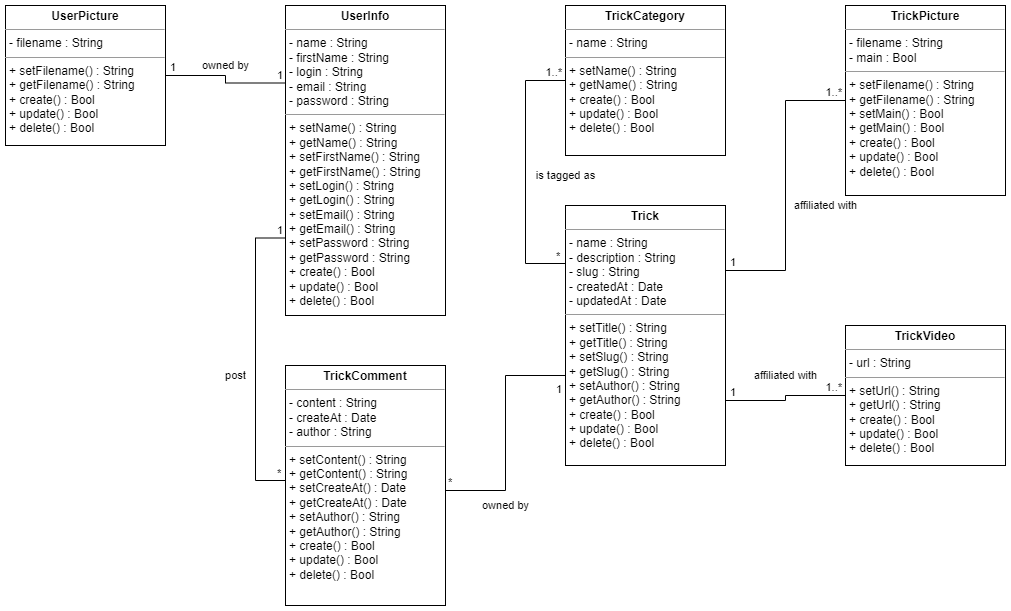
This is diagrammes/Classes.drawio.png from David-Renard/OC-p6, a draw.io export, as it was before one commit. Source tidied: cells renumbered, new cells last; positions are measured from the earlier drawing's top-left corner, leaving out a move shared by most shapes.
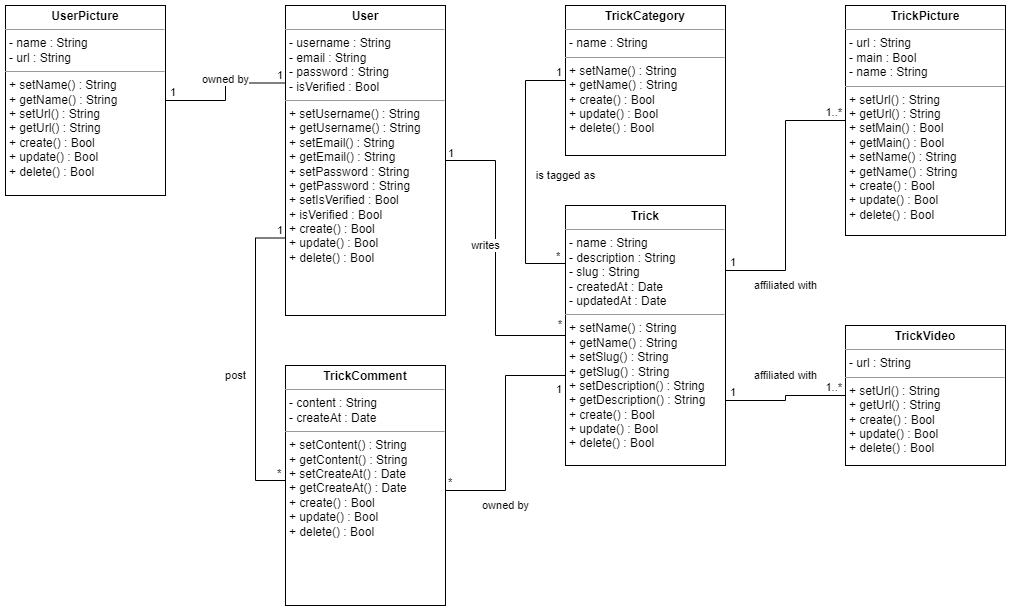
After the commit.

The edit, as a diff of the source:
```diff
@@ -4,7 +4,7 @@
     <mxCell id="1" parent="0" />
-    <mxCell id="2" value="&lt;p style=&quot;margin:0px;margin-top:4px;text-align:center;&quot;&gt;&lt;b&gt;Trick&lt;/b&gt;&lt;/p&gt;&lt;hr size=&quot;1&quot;&gt;&lt;p style=&quot;margin:0px;margin-left:4px;&quot;&gt;- name : String&lt;/p&gt;&lt;p style=&quot;margin:0px;margin-left:4px;&quot;&gt;- description : String&lt;/p&gt;&lt;p style=&quot;margin:0px;margin-left:4px;&quot;&gt;- slug : String&lt;/p&gt;&lt;p style=&quot;margin:0px;margin-left:4px;&quot;&gt;- createdAt : Date&lt;/p&gt;&lt;p style=&quot;margin:0px;margin-left:4px;&quot;&gt;- updatedAt : Date&lt;/p&gt;&lt;hr size=&quot;1&quot;&gt;&lt;p style=&quot;margin:0px;margin-left:4px;&quot;&gt;+ setTitle() : String&lt;/p&gt;&lt;p style=&quot;margin:0px;margin-left:4px;&quot;&gt;+ getTitle() : String&lt;/p&gt;&lt;p style=&quot;border-color: var(--border-color); margin: 0px 0px 0px 4px;&quot;&gt;+ setSlug() : String&lt;/p&gt;&lt;p style=&quot;border-color: var(--border-color); margin: 0px 0px 0px 4px;&quot;&gt;+ getSlug() : String&lt;/p&gt;&lt;div&gt;&lt;p style=&quot;border-color: var(--border-color); margin: 0px 0px 0px 4px;&quot;&gt;+ setAuthor() : String&lt;/p&gt;&lt;p style=&quot;border-color: var(--border-color); margin: 0px 0px 0px 4px;&quot;&gt;+ getAuthor() : String&lt;/p&gt;&lt;p style=&quot;border-color: var(--border-color); margin: 0px 0px 0px 4px;&quot;&gt;+ create() : Bool&lt;/p&gt;&lt;p style=&quot;border-color: var(--border-color); margin: 0px 0px 0px 4px;&quot;&gt;+ update() : Bool&lt;br&gt;&lt;/p&gt;&lt;p style=&quot;border-color: var(--border-color); margin: 0px 0px 0px 4px;&quot;&gt;+ delete() :&amp;nbsp;Bool&lt;/p&gt;&lt;p style=&quot;border-color: var(--border-color); margin: 0px 0px 0px 4px;&quot;&gt;&lt;br&gt;&lt;/p&gt;&lt;/div&gt;&lt;div&gt;&lt;br&gt;&lt;/div&gt;" style="verticalAlign=top;align=left;overflow=fill;fontSize=12;fontFamily=Helvetica;html=1;whiteSpace=wrap;" parent="1" vertex="1">
+    <mxCell id="2" value="&lt;p style=&quot;margin:0px;margin-top:4px;text-align:center;&quot;&gt;&lt;b&gt;Trick&lt;/b&gt;&lt;/p&gt;&lt;hr size=&quot;1&quot;&gt;&lt;p style=&quot;margin:0px;margin-left:4px;&quot;&gt;- name : String&lt;/p&gt;&lt;p style=&quot;margin:0px;margin-left:4px;&quot;&gt;- description : String&lt;/p&gt;&lt;p style=&quot;margin:0px;margin-left:4px;&quot;&gt;- slug : String&lt;/p&gt;&lt;p style=&quot;margin:0px;margin-left:4px;&quot;&gt;- createdAt : Date&lt;/p&gt;&lt;p style=&quot;margin:0px;margin-left:4px;&quot;&gt;- updatedAt : Date&lt;/p&gt;&lt;hr size=&quot;1&quot;&gt;&lt;p style=&quot;margin:0px;margin-left:4px;&quot;&gt;+ setName() : String&lt;/p&gt;&lt;p style=&quot;margin:0px;margin-left:4px;&quot;&gt;+ getName() : String&lt;/p&gt;&lt;p style=&quot;border-color: var(--border-color); margin: 0px 0px 0px 4px;&quot;&gt;+ setSlug() : String&lt;/p&gt;&lt;p style=&quot;border-color: var(--border-color); margin: 0px 0px 0px 4px;&quot;&gt;+ getSlug() : String&lt;/p&gt;&lt;div&gt;&lt;p style=&quot;border-color: var(--border-color); margin: 0px 0px 0px 4px;&quot;&gt;+ setDescription() : String&lt;/p&gt;&lt;p style=&quot;border-color: var(--border-color); margin: 0px 0px 0px 4px;&quot;&gt;+ getDescription() : String&lt;/p&gt;&lt;p style=&quot;border-color: var(--border-color); margin: 0px 0px 0px 4px;&quot;&gt;+ create() : Bool&lt;/p&gt;&lt;p style=&quot;border-color: var(--border-color); margin: 0px 0px 0px 4px;&quot;&gt;+ update() : Bool&lt;br&gt;&lt;/p&gt;&lt;p style=&quot;border-color: var(--border-color); margin: 0px 0px 0px 4px;&quot;&gt;+ delete() :&amp;nbsp;Bool&lt;/p&gt;&lt;p style=&quot;border-color: var(--border-color); margin: 0px 0px 0px 4px;&quot;&gt;&lt;br&gt;&lt;/p&gt;&lt;/div&gt;&lt;div&gt;&lt;br&gt;&lt;/div&gt;" style="verticalAlign=top;align=left;overflow=fill;fontSize=12;fontFamily=Helvetica;html=1;whiteSpace=wrap;" parent="1" vertex="1">
       <mxGeometry x="560" y="200" width="160" height="260" as="geometry" />
     </mxCell>
-    <mxCell id="3" value="&lt;p style=&quot;margin:0px;margin-top:4px;text-align:center;&quot;&gt;&lt;b&gt;TrickPicture&lt;/b&gt;&lt;/p&gt;&lt;hr size=&quot;1&quot;&gt;&lt;p style=&quot;margin:0px;margin-left:4px;&quot;&gt;- filename : String&lt;br&gt;&lt;/p&gt;&lt;p style=&quot;margin:0px;margin-left:4px;&quot;&gt;- main : Bool&lt;/p&gt;&lt;hr size=&quot;1&quot;&gt;&lt;p style=&quot;margin:0px;margin-left:4px;&quot;&gt;+ setFilename() : String&lt;/p&gt;&lt;p style=&quot;margin:0px;margin-left:4px;&quot;&gt;+ getFilename() : String&lt;/p&gt;&lt;p style=&quot;margin:0px;margin-left:4px;&quot;&gt;+ setMain() : Bool&lt;/p&gt;&lt;p style=&quot;margin:0px;margin-left:4px;&quot;&gt;+ getMain() : Bool&lt;/p&gt;&lt;div&gt;&lt;p style=&quot;border-color: var(--border-color); margin: 0px 0px 0px 4px;&quot;&gt;+ create() : Bool&lt;/p&gt;&lt;p style=&quot;border-color: var(--border-color); margin: 0px 0px 0px 4px;&quot;&gt;+ update() : Bool&lt;br&gt;&lt;/p&gt;&lt;p style=&quot;border-color: var(--border-color); margin: 0px 0px 0px 4px;&quot;&gt;+ delete() :&amp;nbsp;Bool&lt;/p&gt;&lt;p style=&quot;border-color: var(--border-color); margin: 0px 0px 0px 4px;&quot;&gt;&lt;br&gt;&lt;/p&gt;&lt;/div&gt;&lt;div&gt;&lt;br&gt;&lt;/div&gt;" style="verticalAlign=top;align=left;overflow=fill;fontSize=12;fontFamily=Helvetica;html=1;whiteSpace=wrap;" parent="1" vertex="1">
-      <mxGeometry x="840" width="160" height="190" as="geometry" />
+    <mxCell id="3" value="&lt;p style=&quot;margin:0px;margin-top:4px;text-align:center;&quot;&gt;&lt;b&gt;TrickPicture&lt;/b&gt;&lt;/p&gt;&lt;hr size=&quot;1&quot;&gt;&lt;p style=&quot;margin:0px;margin-left:4px;&quot;&gt;- url : String&lt;br&gt;&lt;/p&gt;&lt;p style=&quot;margin:0px;margin-left:4px;&quot;&gt;- main : Bool&lt;/p&gt;&lt;p style=&quot;margin:0px;margin-left:4px;&quot;&gt;- name : String&lt;/p&gt;&lt;hr size=&quot;1&quot;&gt;&lt;p style=&quot;margin:0px;margin-left:4px;&quot;&gt;+ setUrl() : String&lt;/p&gt;&lt;p style=&quot;margin:0px;margin-left:4px;&quot;&gt;+ getUrl() : String&lt;/p&gt;&lt;p style=&quot;margin:0px;margin-left:4px;&quot;&gt;+ setMain() : Bool&lt;/p&gt;&lt;p style=&quot;margin:0px;margin-left:4px;&quot;&gt;+ getMain() : Bool&lt;/p&gt;&lt;p style=&quot;border-color: var(--border-color); margin: 0px 0px 0px 4px;&quot;&gt;+ setName() : String&lt;/p&gt;&lt;p style=&quot;border-color: var(--border-color); margin: 0px 0px 0px 4px;&quot;&gt;+ getName() : String&lt;/p&gt;&lt;div&gt;&lt;p style=&quot;border-color: var(--border-color); margin: 0px 0px 0px 4px;&quot;&gt;+ create() : Bool&lt;/p&gt;&lt;p style=&quot;border-color: var(--border-color); margin: 0px 0px 0px 4px;&quot;&gt;+ update() : Bool&lt;br&gt;&lt;/p&gt;&lt;p style=&quot;border-color: var(--border-color); margin: 0px 0px 0px 4px;&quot;&gt;+ delete() :&amp;nbsp;Bool&lt;/p&gt;&lt;p style=&quot;border-color: var(--border-color); margin: 0px 0px 0px 4px;&quot;&gt;&lt;br&gt;&lt;/p&gt;&lt;/div&gt;&lt;div&gt;&lt;br&gt;&lt;/div&gt;" style="verticalAlign=top;align=left;overflow=fill;fontSize=12;fontFamily=Helvetica;html=1;whiteSpace=wrap;" parent="1" vertex="1">
+      <mxGeometry x="840" width="160" height="230" as="geometry" />
     </mxCell>
@@ -16,6 +16,6 @@
     </mxCell>
-    <mxCell id="6" value="&lt;p style=&quot;margin:0px;margin-top:4px;text-align:center;&quot;&gt;&lt;b&gt;UserInfo&lt;/b&gt;&lt;/p&gt;&lt;hr size=&quot;1&quot;&gt;&lt;p style=&quot;margin:0px;margin-left:4px;&quot;&gt;- name : String&lt;/p&gt;&lt;p style=&quot;margin:0px;margin-left:4px;&quot;&gt;- firstName : String&lt;/p&gt;&lt;p style=&quot;margin:0px;margin-left:4px;&quot;&gt;- login : String&lt;br&gt;&lt;/p&gt;&lt;p style=&quot;margin:0px;margin-left:4px;&quot;&gt;- email : String&lt;/p&gt;&lt;p style=&quot;margin:0px;margin-left:4px;&quot;&gt;- password : String&lt;/p&gt;&lt;hr size=&quot;1&quot;&gt;&lt;p style=&quot;margin:0px;margin-left:4px;&quot;&gt;+ setName() : String&lt;/p&gt;&lt;p style=&quot;margin:0px;margin-left:4px;&quot;&gt;+ getName() : String&lt;/p&gt;&lt;p style=&quot;border-color: var(--border-color); margin: 0px 0px 0px 4px;&quot;&gt;+ setFirstName() : String&lt;/p&gt;&lt;p style=&quot;border-color: var(--border-color); margin: 0px 0px 0px 4px;&quot;&gt;+ getFirstName() : String&lt;/p&gt;&lt;div&gt;&lt;p style=&quot;border-color: var(--border-color); margin: 0px 0px 0px 4px;&quot;&gt;+ setLogin() : String&lt;/p&gt;&lt;p style=&quot;border-color: var(--border-color); margin: 0px 0px 0px 4px;&quot;&gt;+ getLogin() : String&lt;/p&gt;&lt;p style=&quot;border-color: var(--border-color); margin: 0px 0px 0px 4px;&quot;&gt;+ setEmail() : String&lt;/p&gt;&lt;p style=&quot;border-color: var(--border-color); margin: 0px 0px 0px 4px;&quot;&gt;+ getEmail() : String&lt;/p&gt;&lt;p style=&quot;border-color: var(--border-color); margin: 0px 0px 0px 4px;&quot;&gt;+ setPassword : String&lt;/p&gt;&lt;p style=&quot;border-color: var(--border-color); margin: 0px 0px 0px 4px;&quot;&gt;+ getPassword : String&lt;/p&gt;&lt;p style=&quot;border-color: var(--border-color); margin: 0px 0px 0px 4px;&quot;&gt;+ create() : Bool&lt;/p&gt;&lt;p style=&quot;border-color: var(--border-color); margin: 0px 0px 0px 4px;&quot;&gt;+ update() : Bool&lt;br&gt;&lt;/p&gt;&lt;p style=&quot;border-color: var(--border-color); margin: 0px 0px 0px 4px;&quot;&gt;+ delete() :&amp;nbsp;Bool&lt;/p&gt;&lt;p style=&quot;border-color: var(--border-color); margin: 0px 0px 0px 4px;&quot;&gt;&lt;br&gt;&lt;/p&gt;&lt;/div&gt;&lt;div&gt;&lt;br&gt;&lt;/div&gt;" style="verticalAlign=top;align=left;overflow=fill;fontSize=12;fontFamily=Helvetica;html=1;whiteSpace=wrap;" parent="1" vertex="1">
+    <mxCell id="6" value="&lt;p style=&quot;margin:0px;margin-top:4px;text-align:center;&quot;&gt;&lt;b&gt;User&lt;/b&gt;&lt;/p&gt;&lt;hr size=&quot;1&quot;&gt;&lt;p style=&quot;margin:0px;margin-left:4px;&quot;&gt;&lt;span style=&quot;background-color: initial;&quot;&gt;- username : String&lt;/span&gt;&lt;br&gt;&lt;/p&gt;&lt;p style=&quot;margin:0px;margin-left:4px;&quot;&gt;- email : String&lt;/p&gt;&lt;p style=&quot;margin:0px;margin-left:4px;&quot;&gt;- password : String&lt;/p&gt;&lt;p style=&quot;margin:0px;margin-left:4px;&quot;&gt;- isVerified : Bool&lt;/p&gt;&lt;hr size=&quot;1&quot;&gt;&lt;p style=&quot;margin:0px;margin-left:4px;&quot;&gt;&lt;span style=&quot;background-color: initial;&quot;&gt;+ setUsername() : String&lt;/span&gt;&lt;br&gt;&lt;/p&gt;&lt;div&gt;&lt;p style=&quot;border-color: var(--border-color); margin: 0px 0px 0px 4px;&quot;&gt;+ getUsername() : String&lt;/p&gt;&lt;p style=&quot;border-color: var(--border-color); margin: 0px 0px 0px 4px;&quot;&gt;+ setEmail() : String&lt;/p&gt;&lt;p style=&quot;border-color: var(--border-color); margin: 0px 0px 0px 4px;&quot;&gt;+ getEmail() : String&lt;/p&gt;&lt;p style=&quot;border-color: var(--border-color); margin: 0px 0px 0px 4px;&quot;&gt;+ setPassword : String&lt;/p&gt;&lt;p style=&quot;border-color: var(--border-color); margin: 0px 0px 0px 4px;&quot;&gt;+ getPassword : String&lt;/p&gt;&lt;p style=&quot;border-color: var(--border-color); margin: 0px 0px 0px 4px;&quot;&gt;+ setIsVerified : Bool&lt;/p&gt;&lt;p style=&quot;border-color: var(--border-color); margin: 0px 0px 0px 4px;&quot;&gt;+ isVerified : Bool&lt;/p&gt;&lt;p style=&quot;border-color: var(--border-color); margin: 0px 0px 0px 4px;&quot;&gt;+ create() : Bool&lt;/p&gt;&lt;p style=&quot;border-color: var(--border-color); margin: 0px 0px 0px 4px;&quot;&gt;+ update() : Bool&lt;br&gt;&lt;/p&gt;&lt;p style=&quot;border-color: var(--border-color); margin: 0px 0px 0px 4px;&quot;&gt;+ delete() :&amp;nbsp;Bool&lt;/p&gt;&lt;p style=&quot;border-color: var(--border-color); margin: 0px 0px 0px 4px;&quot;&gt;&lt;br&gt;&lt;/p&gt;&lt;/div&gt;&lt;div&gt;&lt;br&gt;&lt;/div&gt;" style="verticalAlign=top;align=left;overflow=fill;fontSize=12;fontFamily=Helvetica;html=1;whiteSpace=wrap;" parent="1" vertex="1">
       <mxGeometry x="280" width="160" height="310" as="geometry" />
     </mxCell>
-    <mxCell id="7" value="&lt;p style=&quot;margin:0px;margin-top:4px;text-align:center;&quot;&gt;&lt;b&gt;TrickComment&lt;/b&gt;&lt;/p&gt;&lt;hr size=&quot;1&quot;&gt;&lt;p style=&quot;margin:0px;margin-left:4px;&quot;&gt;- content : String&lt;/p&gt;&lt;p style=&quot;margin:0px;margin-left:4px;&quot;&gt;- createAt : Date&lt;/p&gt;&lt;p style=&quot;margin:0px;margin-left:4px;&quot;&gt;- author : String&lt;/p&gt;&lt;hr size=&quot;1&quot;&gt;&lt;p style=&quot;margin:0px;margin-left:4px;&quot;&gt;+ setContent() : String&lt;/p&gt;&lt;p style=&quot;margin:0px;margin-left:4px;&quot;&gt;+ getContent() : String&lt;/p&gt;&lt;p style=&quot;border-color: var(--border-color); margin: 0px 0px 0px 4px;&quot;&gt;+ setCreateAt() : Date&lt;/p&gt;&lt;p style=&quot;border-color: var(--border-color); margin: 0px 0px 0px 4px;&quot;&gt;+ getCreateAt() : Date&lt;/p&gt;&lt;p style=&quot;border-color: var(--border-color); margin: 0px 0px 0px 4px;&quot;&gt;+ setAuthor() : String&lt;/p&gt;&lt;p style=&quot;border-color: var(--border-color); margin: 0px 0px 0px 4px;&quot;&gt;+ getAuthor() : String&lt;/p&gt;&lt;div&gt;&lt;p style=&quot;border-color: var(--border-color); margin: 0px 0px 0px 4px;&quot;&gt;+ create() : Bool&lt;/p&gt;&lt;p style=&quot;border-color: var(--border-color); margin: 0px 0px 0px 4px;&quot;&gt;+ update() : Bool&lt;br&gt;&lt;/p&gt;&lt;p style=&quot;border-color: var(--border-color); margin: 0px 0px 0px 4px;&quot;&gt;+ delete() :&amp;nbsp;Bool&lt;/p&gt;&lt;p style=&quot;border-color: var(--border-color); margin: 0px 0px 0px 4px;&quot;&gt;&lt;br&gt;&lt;/p&gt;&lt;/div&gt;&lt;div&gt;&lt;br&gt;&lt;/div&gt;" style="verticalAlign=top;align=left;overflow=fill;fontSize=12;fontFamily=Helvetica;html=1;whiteSpace=wrap;" parent="1" vertex="1">
+    <mxCell id="7" value="&lt;p style=&quot;margin:0px;margin-top:4px;text-align:center;&quot;&gt;&lt;b&gt;TrickComment&lt;/b&gt;&lt;/p&gt;&lt;hr size=&quot;1&quot;&gt;&lt;p style=&quot;margin:0px;margin-left:4px;&quot;&gt;- content : String&lt;/p&gt;&lt;p style=&quot;margin:0px;margin-left:4px;&quot;&gt;- createAt : Date&lt;br&gt;&lt;/p&gt;&lt;hr size=&quot;1&quot;&gt;&lt;p style=&quot;margin:0px;margin-left:4px;&quot;&gt;+ setContent() : String&lt;/p&gt;&lt;p style=&quot;margin:0px;margin-left:4px;&quot;&gt;+ getContent() : String&lt;/p&gt;&lt;p style=&quot;border-color: var(--border-color); margin: 0px 0px 0px 4px;&quot;&gt;+ setCreateAt() : Date&lt;/p&gt;&lt;p style=&quot;border-color: var(--border-color); margin: 0px 0px 0px 4px;&quot;&gt;+ getCreateAt() : Date&lt;/p&gt;&lt;div&gt;&lt;p style=&quot;border-color: var(--border-color); margin: 0px 0px 0px 4px;&quot;&gt;+ create() : Bool&lt;/p&gt;&lt;p style=&quot;border-color: var(--border-color); margin: 0px 0px 0px 4px;&quot;&gt;+ update() : Bool&lt;br&gt;&lt;/p&gt;&lt;p style=&quot;border-color: var(--border-color); margin: 0px 0px 0px 4px;&quot;&gt;+ delete() :&amp;nbsp;Bool&lt;/p&gt;&lt;p style=&quot;border-color: var(--border-color); margin: 0px 0px 0px 4px;&quot;&gt;&lt;br&gt;&lt;/p&gt;&lt;/div&gt;&lt;div&gt;&lt;br&gt;&lt;/div&gt;" style="verticalAlign=top;align=left;overflow=fill;fontSize=12;fontFamily=Helvetica;html=1;whiteSpace=wrap;" parent="1" vertex="1">
       <mxGeometry x="280" y="360" width="160" height="240" as="geometry" />
@@ -23,4 +23,4 @@
     <mxCell id="8" value="owned by" style="endArrow=none;html=1;edgeStyle=orthogonalEdgeStyle;rounded=0;exitX=1;exitY=0.5;exitDx=0;exitDy=0;entryX=0;entryY=0.25;entryDx=0;entryDy=0;" parent="1" edge="1" source="26" target="6">
-      <mxGeometry x="-0.06" y="-10" relative="1" as="geometry">
-        <mxPoint x="10" y="-10" as="offset" />
+      <mxGeometry x="0.06" y="8" relative="1" as="geometry">
+        <mxPoint x="8" y="-8" as="offset" />
       </mxGeometry>
@@ -48,3 +48,5 @@
     <mxCell id="14" value="affiliated with" style="endArrow=none;html=1;edgeStyle=orthogonalEdgeStyle;rounded=0;exitX=1;exitY=0.25;exitDx=0;exitDy=0;entryX=0;entryY=0.5;entryDx=0;entryDy=0;" parent="1" edge="1" source="2" target="3">
-      <mxGeometry x="-0.14" y="-40" relative="1" as="geometry" />
+      <mxGeometry x="-0.56" y="-15" relative="1" as="geometry">
+        <mxPoint x="-15" y="15" as="offset" />
+      </mxGeometry>
     </mxCell>
@@ -67,3 +69,3 @@
     </mxCell>
-    <mxCell id="19" value="1..*" style="edgeLabel;html=1;align=right;verticalAlign=bottom;spacingRight=3;spacingTop=3;" parent="17" vertex="1">
+    <mxCell id="19" value="1" style="edgeLabel;html=1;align=right;verticalAlign=bottom;spacingRight=3;spacingTop=3;" parent="17" vertex="1">
       <mxGeometry x="1" relative="1" as="geometry" />
@@ -96,5 +98,19 @@
     </mxCell>
-    <mxCell id="26" value="&lt;p style=&quot;margin:0px;margin-top:4px;text-align:center;&quot;&gt;&lt;b&gt;UserPicture&lt;/b&gt;&lt;/p&gt;&lt;hr size=&quot;1&quot;&gt;&lt;p style=&quot;margin:0px;margin-left:4px;&quot;&gt;- filename : String&lt;br&gt;&lt;/p&gt;&lt;hr size=&quot;1&quot;&gt;&lt;p style=&quot;margin:0px;margin-left:4px;&quot;&gt;+ setFilename() : String&lt;/p&gt;&lt;p style=&quot;margin:0px;margin-left:4px;&quot;&gt;+ getFilename() : String&lt;/p&gt;&lt;div&gt;&lt;p style=&quot;border-color: var(--border-color); margin: 0px 0px 0px 4px;&quot;&gt;+ create() : Bool&lt;/p&gt;&lt;p style=&quot;border-color: var(--border-color); margin: 0px 0px 0px 4px;&quot;&gt;+ update() : Bool&lt;br&gt;&lt;/p&gt;&lt;p style=&quot;border-color: var(--border-color); margin: 0px 0px 0px 4px;&quot;&gt;+ delete() :&amp;nbsp;Bool&lt;/p&gt;&lt;p style=&quot;border-color: var(--border-color); margin: 0px 0px 0px 4px;&quot;&gt;&lt;br&gt;&lt;/p&gt;&lt;/div&gt;&lt;div&gt;&lt;br&gt;&lt;/div&gt;" style="verticalAlign=top;align=left;overflow=fill;fontSize=12;fontFamily=Helvetica;html=1;whiteSpace=wrap;" parent="1" vertex="1">
-      <mxGeometry width="160" height="140" as="geometry" />
+    <mxCell id="26" value="&lt;p style=&quot;margin:0px;margin-top:4px;text-align:center;&quot;&gt;&lt;b&gt;UserPicture&lt;/b&gt;&lt;/p&gt;&lt;hr size=&quot;1&quot;&gt;&lt;p style=&quot;margin:0px;margin-left:4px;&quot;&gt;- name : String&lt;br&gt;&lt;/p&gt;&lt;p style=&quot;margin:0px;margin-left:4px;&quot;&gt;- url : String&lt;/p&gt;&lt;hr size=&quot;1&quot;&gt;&lt;p style=&quot;margin:0px;margin-left:4px;&quot;&gt;+ setName() : String&lt;/p&gt;&lt;p style=&quot;margin:0px;margin-left:4px;&quot;&gt;+ getName() : String&lt;/p&gt;&lt;p style=&quot;margin:0px;margin-left:4px;&quot;&gt;+ setUrl() : String&lt;/p&gt;&lt;p style=&quot;margin:0px;margin-left:4px;&quot;&gt;+ getUrl() : String&lt;/p&gt;&lt;div&gt;&lt;p style=&quot;border-color: var(--border-color); margin: 0px 0px 0px 4px;&quot;&gt;+ create() : Bool&lt;/p&gt;&lt;p style=&quot;border-color: var(--border-color); margin: 0px 0px 0px 4px;&quot;&gt;+ update() : Bool&lt;br&gt;&lt;/p&gt;&lt;p style=&quot;border-color: var(--border-color); margin: 0px 0px 0px 4px;&quot;&gt;+ delete() :&amp;nbsp;Bool&lt;/p&gt;&lt;p style=&quot;border-color: var(--border-color); margin: 0px 0px 0px 4px;&quot;&gt;&lt;br&gt;&lt;/p&gt;&lt;/div&gt;&lt;div&gt;&lt;br&gt;&lt;/div&gt;" style="verticalAlign=top;align=left;overflow=fill;fontSize=12;fontFamily=Helvetica;html=1;whiteSpace=wrap;" parent="1" vertex="1">
+      <mxGeometry width="160" height="190" as="geometry" />
     </mxCell>
+    <mxCell id="27" value="writes" style="endArrow=none;html=1;edgeStyle=orthogonalEdgeStyle;rounded=0;exitX=1;exitY=0.5;exitDx=0;exitDy=0;entryX=0;entryY=0.5;entryDx=0;entryDy=0;" parent="1" edge="1" source="6" target="2">
+      <mxGeometry x="-0.08" y="-10" relative="1" as="geometry">
+        <Array as="points">
+          <mxPoint x="490" y="155" />
+          <mxPoint x="490" y="330" />
+        </Array>
+      </mxGeometry>
+    </mxCell>
+    <mxCell id="28" value="1" style="edgeLabel;html=1;align=left;verticalAlign=bottom;spacingLeft=3;spacingTop=-9;spacingRight=0;spacing=0;spacingBottom=1;" parent="27" vertex="1">
+      <mxGeometry x="-1" relative="1" as="geometry" />
+    </mxCell>
+    <mxCell id="29" value="*" style="edgeLabel;html=1;align=right;verticalAlign=bottom;spacingRight=3;spacingTop=6;spacingBottom=3;" parent="27" vertex="1">
+      <mxGeometry x="1" relative="1" as="geometry" />
+    </mxCell>
   </root>
```
